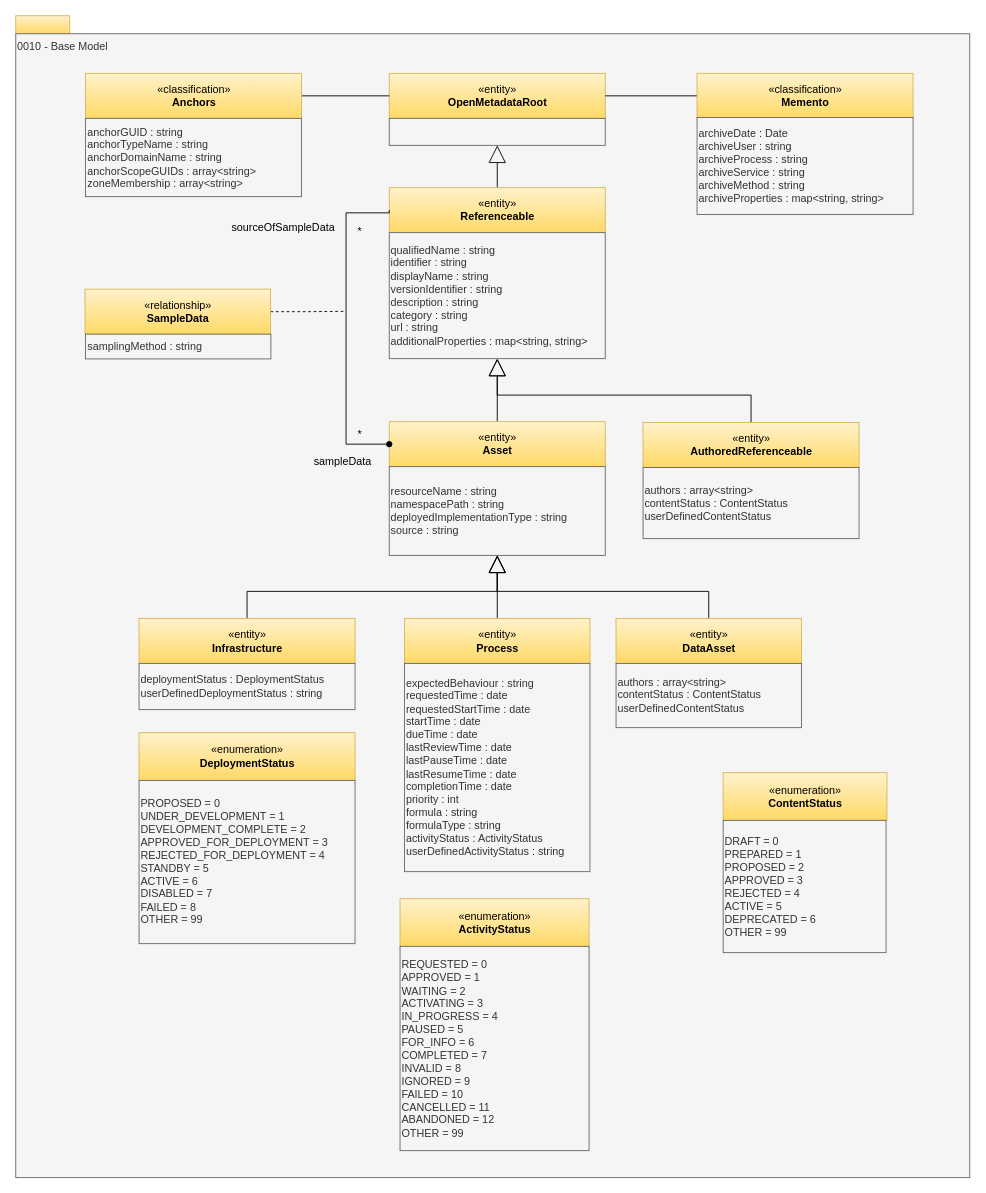
The draw.io diagram page "0010-Base-Model" (4 of 33) of site/docs/types/0/area-0-basic-types-and-infrastructure.drawio in odpi/egeria-docs, before the edit. Source tidied: cells renumbered, new cells numbered last; positions are measured from the earlier drawing's top-left corner, leaving out a move shared by most shapes. Both pictures are drawn from the tidied source at 90%, with x=0, y=0 at pixel (15, 15).
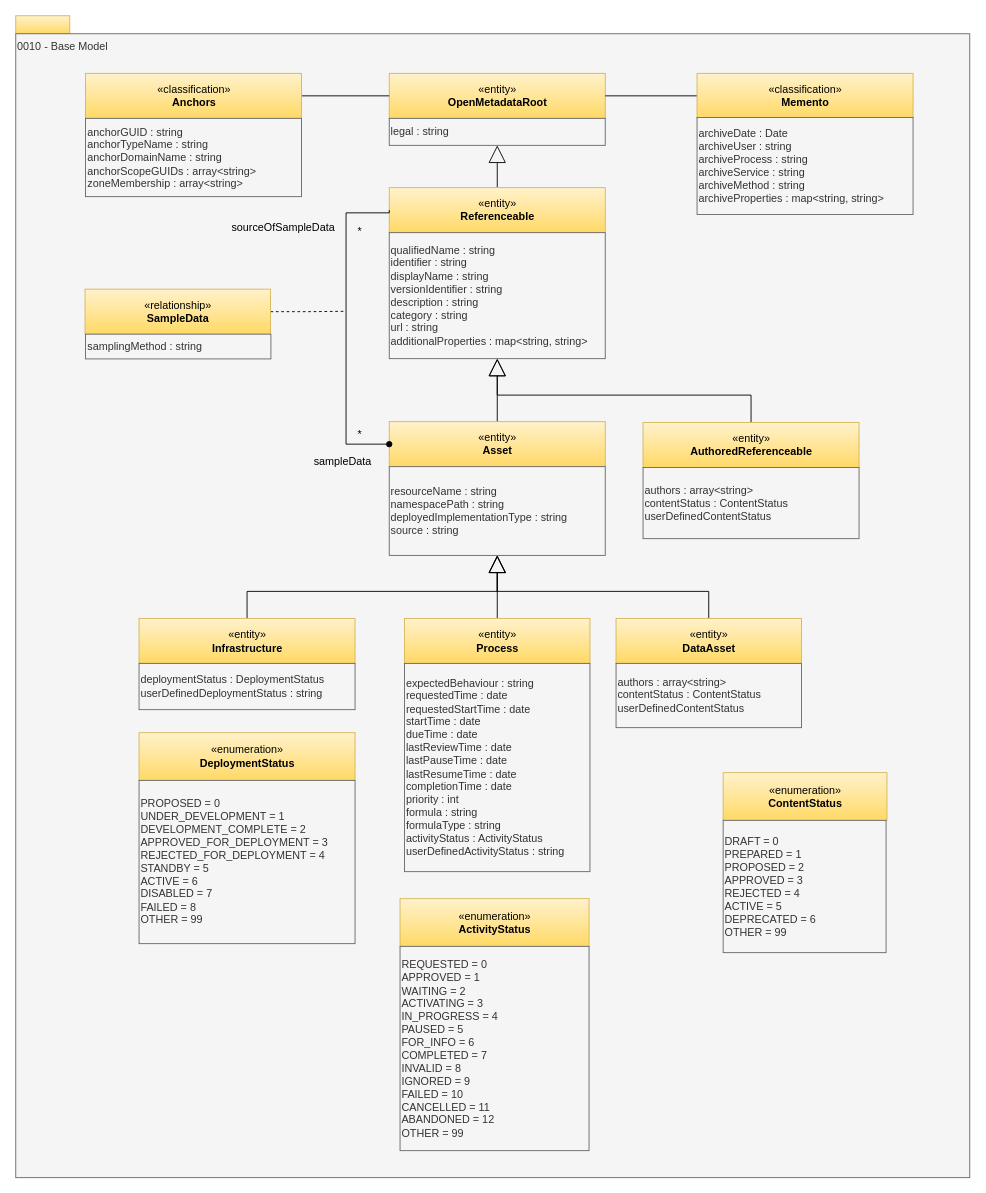
Above is the later version.

Commit message (it also covers changes not shown here):
Add legal attribute to all entity types

Diff of the diagram source:
```diff
@@
-    <mxCell id="19" value="&lt;br&gt;&lt;div style=&quot;text-align: left&quot;&gt;&lt;/div&gt;" style="rounded=0;whiteSpace=wrap;html=1;strokeColor=#666666;align=left;fillColor=#f5f5f5;fontColor=#333333;" parent="1" vertex="1">
+    <mxCell id="19" value="legal : string&lt;div style=&quot;text-align: left&quot;&gt;&lt;/div&gt;" style="rounded=0;whiteSpace=wrap;html=1;strokeColor=#666666;align=left;fillColor=#f5f5f5;fontColor=#333333;" parent="1" vertex="1">
       <mxGeometry x="415" y="114" width="240" height="30" as="geometry" />
     </mxCell>
```
